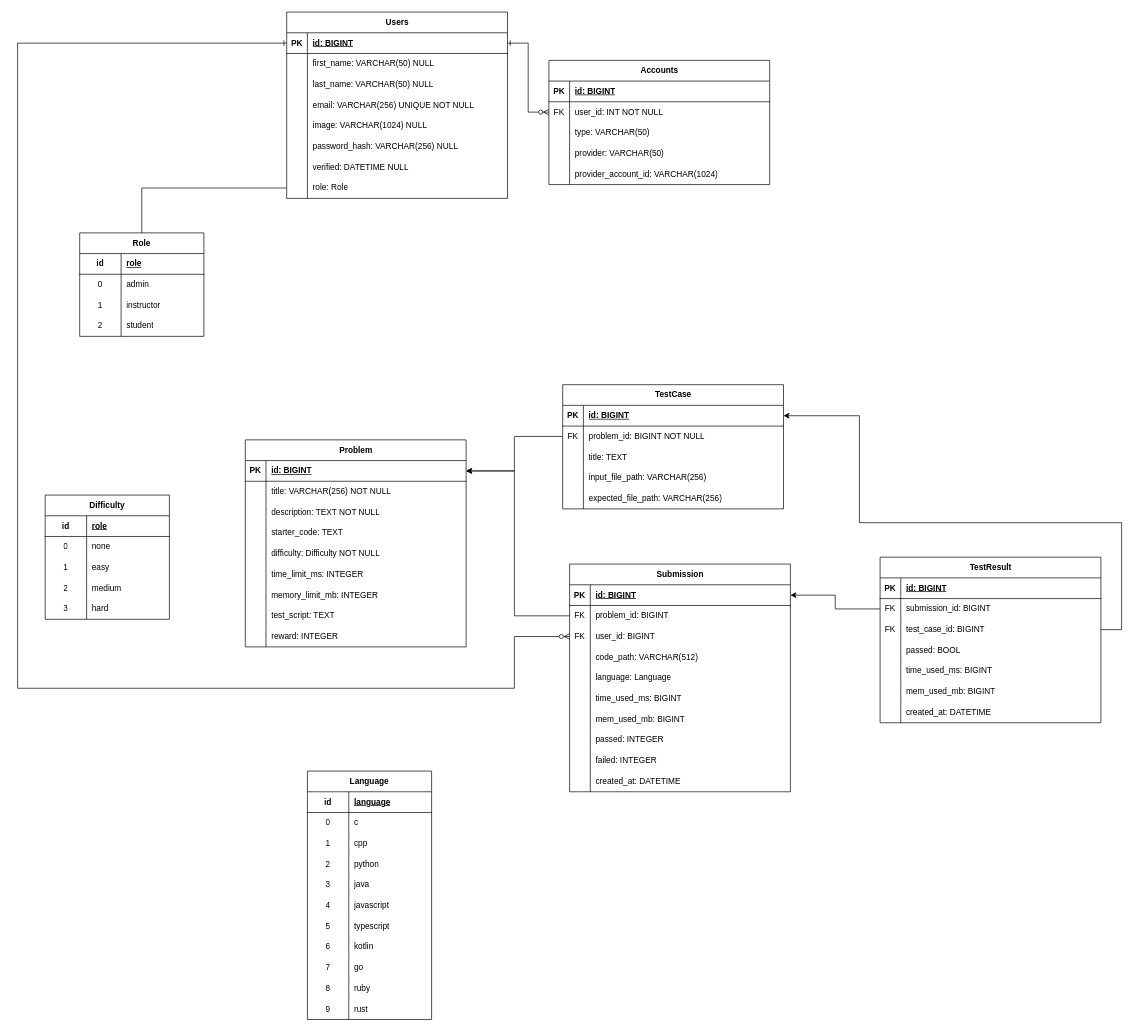
Above: erd.drawio in ufwjerryvu/PROJECT_Neocodyr (draw.io), before the change. Source tidied: cells renumbered, new cells numbered last; positions are measured from the earlier drawing's top-left corner, leaving out a move shared by most shapes. Both pictures are drawn from the tidied source at 69%, with x=0, y=0 at pixel (17, 12).
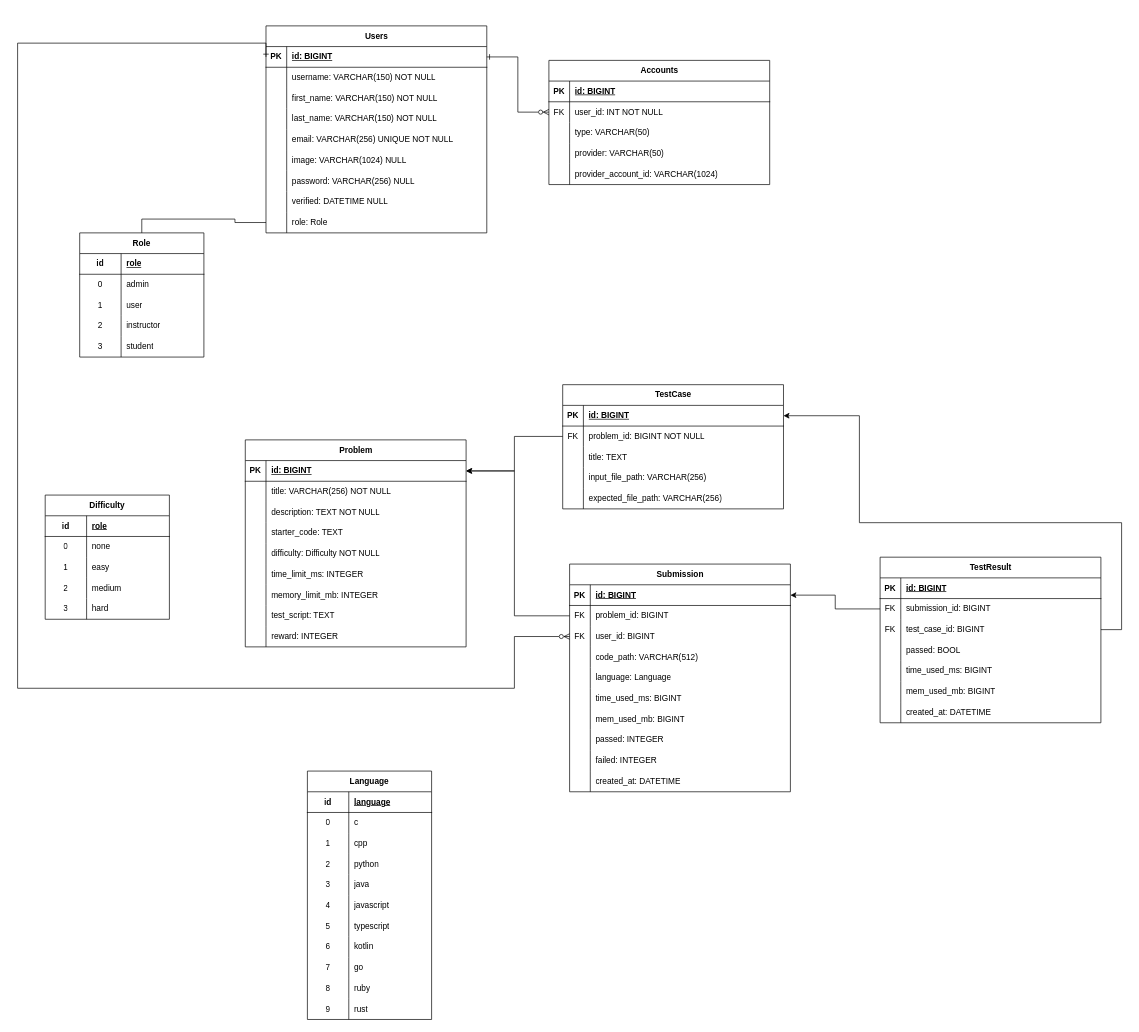
Above is the later version.

Commit message (it also covers changes not shown here):
feat: add user and account models for oauth

Unchanged cells that the change refers to:
```xml
<mxCell id="51" style="shape=tableRow;horizontal=0;startSize=0;swimlaneHead=0;swimlaneBody=0;fillColor=none;top=0;left=0;right=0;bottom=0;html=1;" parent="44" vertex="1">
  <mxGeometry y="90" width="180" height="30" as="geometry" />
</mxCell>
```

What changed in the source:
```diff
@@
     <mxCell id="2" value="Users" style="shape=table;startSize=30;childLayout=tableLayout;rowLines=0;fontStyle=1;align=center;html=1;" parent="1" vertex="1">
-      <mxGeometry x="390" width="320" height="270" as="geometry" />
+      <mxGeometry x="360" y="20" width="320" height="300" as="geometry" />
     </mxCell>
@@
+    <mxCell id="210" style="shape=tableRow;horizontal=0;startSize=0;swimlaneHead=0;swimlaneBody=0;fillColor=none;top=0;left=0;right=0;bottom=0;" parent="2" vertex="1">
+      <mxGeometry y="60" width="320" height="30" as="geometry" />
+    </mxCell>
+    <mxCell id="211" style="shape=partialRectangle;fillColor=none;top=0;left=0;bottom=0;right=0;overflow=hidden;whiteSpace=wrap;html=1;" parent="210" vertex="1">
+      <mxGeometry width="30" height="30" as="geometry" />
+    </mxCell>
+    <mxCell id="212" value="username: VARCHAR(150) NOT NULL" style="shape=partialRectangle;fillColor=none;top=0;left=0;bottom=0;right=0;align=left;spacingLeft=6;overflow=hidden;whiteSpace=wrap;html=1;" parent="210" vertex="1">
+      <mxGeometry x="30" width="290" height="30" as="geometry" />
+    </mxCell>
     <mxCell id="6" style="shape=tableRow;horizontal=0;startSize=0;swimlaneHead=0;swimlaneBody=0;fillColor=none;top=0;left=0;right=0;bottom=0;" parent="2" vertex="1">
-      <mxGeometry y="60" width="320" height="30" as="geometry" />
+      <mxGeometry y="90" width="320" height="30" as="geometry" />
     </mxCell>
@@
-    <mxCell id="8" value="first_name: VARCHAR(50) NULL" style="shape=partialRectangle;fillColor=none;top=0;left=0;bottom=0;right=0;align=left;spacingLeft=6;overflow=hidden;whiteSpace=wrap;html=1;" parent="6" vertex="1">
+    <mxCell id="8" value="first_name: VARCHAR(150) NOT NULL" style="shape=partialRectangle;fillColor=none;top=0;left=0;bottom=0;right=0;align=left;spacingLeft=6;overflow=hidden;whiteSpace=wrap;html=1;" parent="6" vertex="1">
       <mxGeometry x="30" width="290" height="30" as="geometry" />
     </mxCell>
     <mxCell id="9" style="shape=tableRow;horizontal=0;startSize=0;swimlaneHead=0;swimlaneBody=0;fillColor=none;top=0;left=0;right=0;bottom=0;" parent="2" vertex="1">
-      <mxGeometry y="90" width="320" height="30" as="geometry" />
+      <mxGeometry y="120" width="320" height="30" as="geometry" />
     </mxCell>
@@
-    <mxCell id="11" value="last_name: VARCHAR(50) NULL" style="shape=partialRectangle;fillColor=none;top=0;left=0;bottom=0;right=0;align=left;spacingLeft=6;overflow=hidden;whiteSpace=wrap;html=1;" parent="9" vertex="1">
+    <mxCell id="11" value="last_name: VARCHAR(150) NOT NULL" style="shape=partialRectangle;fillColor=none;top=0;left=0;bottom=0;right=0;align=left;spacingLeft=6;overflow=hidden;whiteSpace=wrap;html=1;" parent="9" vertex="1">
       <mxGeometry x="30" width="290" height="30" as="geometry" />
     </mxCell>
     <mxCell id="12" style="shape=tableRow;horizontal=0;startSize=0;swimlaneHead=0;swimlaneBody=0;fillColor=none;top=0;left=0;right=0;bottom=0;" parent="2" vertex="1">
-      <mxGeometry y="120" width="320" height="30" as="geometry" />
+      <mxGeometry y="150" width="320" height="30" as="geometry" />
     </mxCell>
@@
     <mxCell id="15" style="shape=tableRow;horizontal=0;startSize=0;swimlaneHead=0;swimlaneBody=0;fillColor=none;top=0;left=0;right=0;bottom=0;" parent="2" vertex="1">
-      <mxGeometry y="150" width="320" height="30" as="geometry" />
+      <mxGeometry y="180" width="320" height="30" as="geometry" />
     </mxCell>
@@
     <mxCell id="18" style="shape=tableRow;horizontal=0;startSize=0;swimlaneHead=0;swimlaneBody=0;fillColor=none;top=0;left=0;right=0;bottom=0;" parent="2" vertex="1">
-      <mxGeometry y="180" width="320" height="30" as="geometry" />
+      <mxGeometry y="210" width="320" height="30" as="geometry" />
     </mxCell>
@@
-    <mxCell id="20" value="password_hash: VARCHAR(256) NULL" style="shape=partialRectangle;fillColor=none;top=0;left=0;bottom=0;right=0;align=left;spacingLeft=6;overflow=hidden;whiteSpace=wrap;html=1;" parent="18" vertex="1">
+    <mxCell id="20" value="password: VARCHAR(256) NULL" style="shape=partialRectangle;fillColor=none;top=0;left=0;bottom=0;right=0;align=left;spacingLeft=6;overflow=hidden;whiteSpace=wrap;html=1;" parent="18" vertex="1">
       <mxGeometry x="30" width="290" height="30" as="geometry" />
     </mxCell>
     <mxCell id="21" style="shape=tableRow;horizontal=0;startSize=0;swimlaneHead=0;swimlaneBody=0;fillColor=none;top=0;left=0;right=0;bottom=0;" parent="2" vertex="1">
-      <mxGeometry y="210" width="320" height="30" as="geometry" />
+      <mxGeometry y="240" width="320" height="30" as="geometry" />
     </mxCell>
@@
     <mxCell id="24" style="shape=tableRow;horizontal=0;startSize=0;swimlaneHead=0;swimlaneBody=0;fillColor=none;points=[[0,0.5],[1,0.5]];portConstraint=eastwest;top=0;left=0;right=0;bottom=0;" parent="2" vertex="1">
-      <mxGeometry y="240" width="320" height="30" as="geometry" />
+      <mxGeometry y="270" width="320" height="30" as="geometry" />
     </mxCell>
@@
     <mxCell id="44" value="Role" style="shape=table;startSize=30;childLayout=tableLayout;rowLines=0;fontStyle=1;align=center;html=1;whiteSpace=wrap;" parent="1" vertex="1">
-      <mxGeometry x="90" y="320" width="180" height="150" as="geometry" />
+      <mxGeometry x="90" y="320" width="180" height="180" as="geometry" />
     </mxCell>
@@
-    <mxCell id="53" value="instructor" style="shape=partialRectangle;fillColor=none;top=0;left=0;bottom=0;right=0;align=left;spacingLeft=6;overflow=hidden;html=1;whiteSpace=wrap;" parent="51" vertex="1">
+    <mxCell id="53" value="user" style="shape=partialRectangle;fillColor=none;top=0;left=0;bottom=0;right=0;align=left;spacingLeft=6;overflow=hidden;html=1;whiteSpace=wrap;" parent="51" vertex="1">
       <mxGeometry x="60" width="120" height="30" as="geometry" />
     </mxCell>
+    <mxCell id="213" style="shape=tableRow;horizontal=0;startSize=0;swimlaneHead=0;swimlaneBody=0;fillColor=none;top=0;left=0;right=0;bottom=0;html=1;" parent="44" vertex="1">
+      <mxGeometry y="120" width="180" height="30" as="geometry" />
+    </mxCell>
+    <mxCell id="214" value="2" style="shape=partialRectangle;fillColor=none;top=0;left=0;bottom=0;right=0;overflow=hidden;html=1;whiteSpace=wrap;" parent="213" vertex="1">
+      <mxGeometry width="60" height="30" as="geometry" />
+    </mxCell>
+    <mxCell id="215" value="instructor" style="shape=partialRectangle;fillColor=none;top=0;left=0;bottom=0;right=0;align=left;spacingLeft=6;overflow=hidden;html=1;whiteSpace=wrap;" parent="213" vertex="1">
+      <mxGeometry x="60" width="120" height="30" as="geometry" />
+    </mxCell>
     <mxCell id="54" style="shape=tableRow;horizontal=0;startSize=0;swimlaneHead=0;swimlaneBody=0;fillColor=none;top=0;left=0;right=0;bottom=0;html=1;" parent="44" vertex="1">
-      <mxGeometry y="120" width="180" height="30" as="geometry" />
+      <mxGeometry y="150" width="180" height="30" as="geometry" />
     </mxCell>
-    <mxCell id="55" value="2" style="shape=partialRectangle;fillColor=none;top=0;left=0;bottom=0;right=0;overflow=hidden;html=1;whiteSpace=wrap;" parent="54" vertex="1">
+    <mxCell id="55" value="3" style="shape=partialRectangle;fillColor=none;top=0;left=0;bottom=0;right=0;overflow=hidden;html=1;whiteSpace=wrap;" parent="54" vertex="1">
       <mxGeometry width="60" height="30" as="geometry" />
     </mxCell>
```
